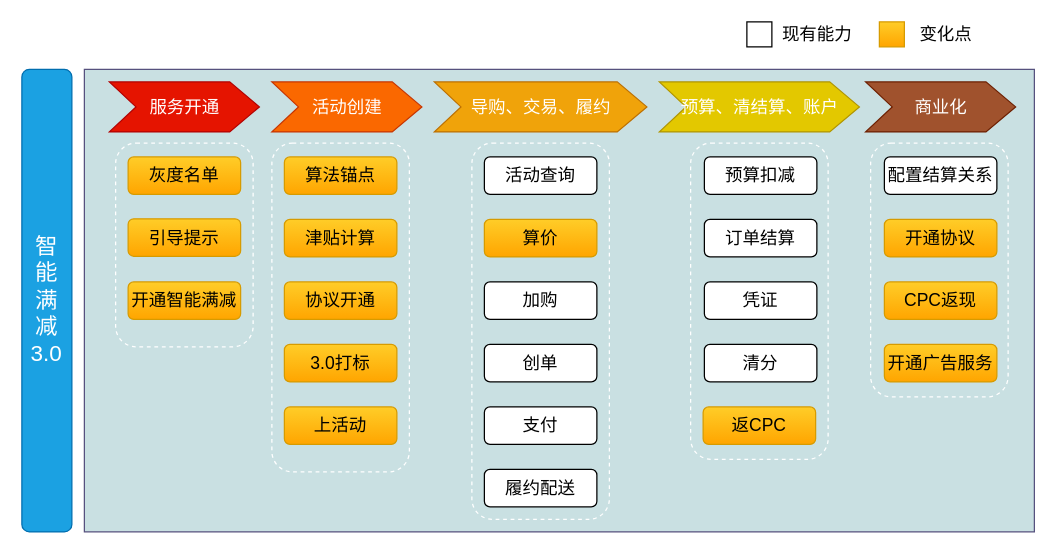
This is page "业务架构" (1 of 6) of 智能满减.drawio from jon-kong/draw.io, a draw.io file, before an edit. Source tidied: cells renumbered, new cells numbered last; positions are measured from the earlier drawing's top-left corner, leaving out a move shared by most shapes. Both pictures are drawn from the tidied source at 125%, with x=0, y=0 at pixel (21, 21).
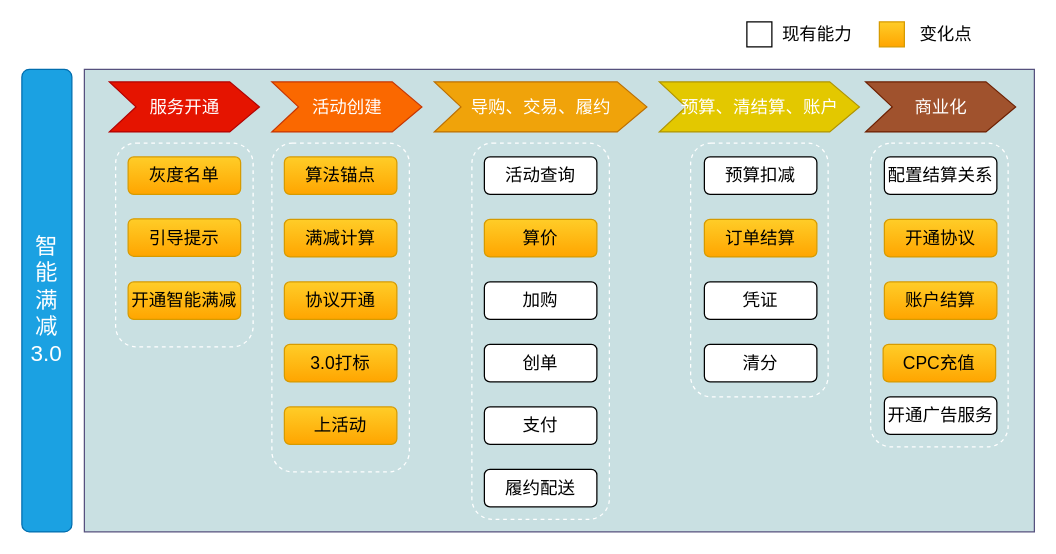
The same page after the edit.

Diff of the diagram source:
```diff
@@
     <mxCell id="3" style="rounded=1;whiteSpace=wrap;html=1;fontSize=14;dashed=1;fillColor=none;strokeColor=#FFFFFF;" parent="1" vertex="1">
-      <mxGeometry x="679" y="97" width="110" height="203" as="geometry" />
+      <mxGeometry x="679" y="97" width="110" height="243" as="geometry" />
     </mxCell>
     <mxCell id="4" style="rounded=1;whiteSpace=wrap;html=1;fontSize=14;dashed=1;fillColor=none;strokeColor=#FFFFFF;strokeWidth=1;" parent="1" vertex="1">
-      <mxGeometry x="535" y="97" width="110" height="253" as="geometry" />
+      <mxGeometry x="535" y="97" width="110" height="203" as="geometry" />
     </mxCell>
@@
-    <mxCell id="14" value="津贴计算" style="rounded=1;whiteSpace=wrap;html=1;fontSize=14;gradientColor=#ffa500;fillColor=#ffcd28;strokeColor=#d79b00;" parent="1" vertex="1">
+    <mxCell id="14" value="满减计算" style="rounded=1;whiteSpace=wrap;html=1;fontSize=14;gradientColor=#ffa500;fillColor=#ffcd28;strokeColor=#d79b00;" parent="1" vertex="1">
       <mxGeometry x="210" y="158" width="90" height="30" as="geometry" />
     </mxCell>
@@
-    <mxCell id="23" value="订单结算" style="rounded=1;whiteSpace=wrap;html=1;fontSize=14;" parent="1" vertex="1">
+    <mxCell id="23" value="订单结算" style="rounded=1;whiteSpace=wrap;html=1;fontSize=14;gradientColor=#ffa500;fillColor=#ffcd28;strokeColor=#d79b00;" parent="1" vertex="1">
       <mxGeometry x="546" y="158" width="90" height="30" as="geometry" />
     </mxCell>
@@
-    <mxCell id="33" value="CPC返现" style="rounded=1;whiteSpace=wrap;html=1;fontSize=14;gradientColor=#ffa500;fillColor=#ffcd28;strokeColor=#d79b00;" parent="1" vertex="1">
+    <mxCell id="33" value="账户结算" style="rounded=1;whiteSpace=wrap;html=1;fontSize=14;gradientColor=#ffa500;fillColor=#ffcd28;strokeColor=#d79b00;" parent="1" vertex="1">
       <mxGeometry x="690" y="208" width="90" height="30" as="geometry" />
     </mxCell>
@@
-    <mxCell id="38" value="返CPC" style="rounded=1;whiteSpace=wrap;html=1;fontSize=14;gradientColor=#ffa500;fillColor=#ffcd28;strokeColor=#d79b00;" parent="1" vertex="1">
-      <mxGeometry x="545" y="308" width="90" height="30" as="geometry" />
-    </mxCell>
@@
-    <mxCell id="40" value="开通广告服务" style="rounded=1;whiteSpace=wrap;html=1;fontSize=14;gradientColor=#ffa500;fillColor=#ffcd28;strokeColor=#d79b00;" parent="1" vertex="1">
-      <mxGeometry x="690" y="258" width="90" height="30" as="geometry" />
+    <mxCell id="40" value="开通广告服务" style="rounded=1;whiteSpace=wrap;html=1;fontSize=14;" parent="1" vertex="1">
+      <mxGeometry x="690" y="300" width="90" height="30" as="geometry" />
     </mxCell>
+    <mxCell id="41" value="CPC充值" style="rounded=1;whiteSpace=wrap;html=1;fontSize=14;gradientColor=#ffa500;fillColor=#ffcd28;strokeColor=#d79b00;" parent="1" vertex="1">
+      <mxGeometry x="689" y="258" width="90" height="30" as="geometry" />
+    </mxCell>
```
